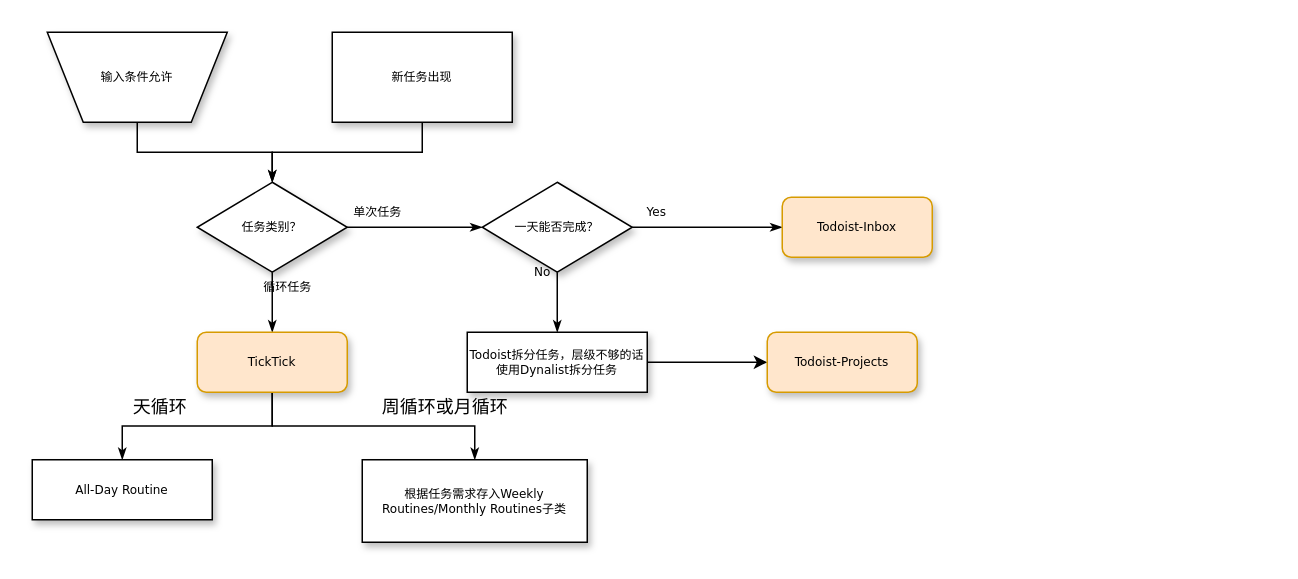
This is Untitled Diagram.drawio from jory18/jory18.github.io, a draw.io file, before an edit. Source tidied: cells renumbered, new cells numbered last; positions are measured from the earlier drawing's top-left corner, leaving out a move shared by most shapes. Both pictures are drawn from the tidied source at 150%, with x=0, y=0 at pixel (32, 32).
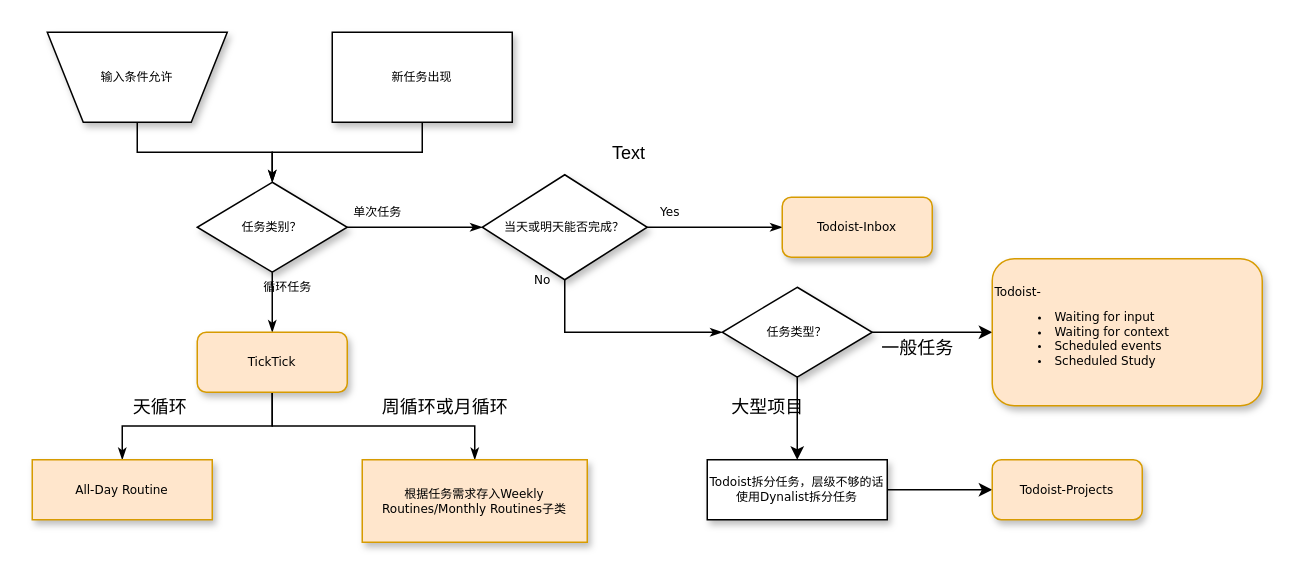
The same page after the edit.

What changed in the source:
```diff
@@
-    <mxCell id="10" value="No" style="edgeStyle=orthogonalEdgeStyle;rounded=0;html=1;labelBackgroundColor=none;startSize=5;endArrow=classicThin;endFill=1;endSize=5;jettySize=auto;strokeColor=#000000;strokeWidth=1;fontFamily=Verdana;fontSize=8;fontColor=#000000;" parent="1" edge="1" source="11" target="15">
-      <mxGeometry x="-1" y="-10" relative="1" as="geometry" />
+    <mxCell id="10" value="No" style="edgeStyle=orthogonalEdgeStyle;rounded=0;html=1;labelBackgroundColor=none;startSize=5;endArrow=classicThin;endFill=1;endSize=5;jettySize=auto;strokeColor=#000000;strokeWidth=1;fontFamily=Verdana;fontSize=8;fontColor=#000000;entryX=0;entryY=0.5;entryDx=0;entryDy=0;" parent="1" edge="1" source="11" target="26">
+      <mxGeometry x="-0.5" y="38" relative="1" as="geometry">
+        <Array as="points">
+          <mxPoint x="355" y="200" />
+        </Array>
+        <mxPoint x="-15" y="3" as="offset" />
+      </mxGeometry>
     </mxCell>
-    <mxCell id="11" value="一天能否完成？" style="rhombus;whiteSpace=wrap;html=1;rounded=0;shadow=1;labelBackgroundColor=none;strokeColor=#000000;strokeWidth=1;fillColor=#ffffff;fontFamily=Verdana;fontSize=8;fontColor=#000000;align=center;" parent="1" vertex="1">
-      <mxGeometry x="300" y="100" width="100" height="60" as="geometry" />
+    <mxCell id="11" value="当天或明天能否完成？" style="rhombus;whiteSpace=wrap;html=1;rounded=0;shadow=1;labelBackgroundColor=none;strokeColor=#000000;strokeWidth=1;fillColor=#ffffff;fontFamily=Verdana;fontSize=8;fontColor=#000000;align=center;" parent="1" vertex="1">
+      <mxGeometry x="300" y="95" width="110" height="70" as="geometry" />
     </mxCell>
@@
-    <mxCell id="14" style="edgeStyle=orthogonalEdgeStyle;rounded=0;jettySize=auto;html=1;" parent="1" edge="1" source="15">
-      <mxGeometry relative="1" as="geometry">
-        <mxPoint x="490" y="220" as="targetPoint" />
-      </mxGeometry>
-    </mxCell>
+    <mxCell id="23" style="edgeStyle=orthogonalEdgeStyle;rounded=0;jettySize=auto;html=1;" parent="1" edge="1" source="15" target="22">
+      <mxGeometry relative="1" as="geometry" />
+    </mxCell>
     <mxCell id="15" value="Todoist拆分任务，层级不够的话使用Dynalist拆分任务" style="whiteSpace=wrap;html=1;rounded=0;shadow=1;labelBackgroundColor=none;strokeColor=#000000;strokeWidth=1;fillColor=#ffffff;fontFamily=Verdana;fontSize=8;fontColor=#000000;align=center;" parent="1" vertex="1">
-      <mxGeometry x="290" y="200" width="120" height="40" as="geometry" />
+      <mxGeometry x="450" y="285" width="120" height="40" as="geometry" />
     </mxCell>
@@
-    <mxCell id="17" value="根据任务需求存入Weekly Routines/Monthly Routines子类" style="whiteSpace=wrap;html=1;rounded=0;shadow=1;labelBackgroundColor=none;strokeColor=#000000;strokeWidth=1;fillColor=#ffffff;fontFamily=Verdana;fontSize=8;fontColor=#000000;align=center;spacing=6;" parent="1" vertex="1">
+    <mxCell id="17" value="根据任务需求存入Weekly Routines/Monthly Routines子类" style="whiteSpace=wrap;html=1;rounded=0;shadow=1;labelBackgroundColor=none;strokeColor=#d79b00;strokeWidth=1;fillColor=#ffe6cc;fontFamily=Verdana;fontSize=8;align=center;spacing=6;" parent="1" vertex="1">
       <mxGeometry x="220" y="285" width="150" height="55" as="geometry" />
     </mxCell>
-    <mxCell id="18" value="All-Day Routine" style="whiteSpace=wrap;html=1;rounded=0;shadow=1;labelBackgroundColor=none;strokeColor=#000000;strokeWidth=1;fillColor=#ffffff;fontFamily=Verdana;fontSize=8;fontColor=#000000;align=center;" parent="1" vertex="1">
+    <mxCell id="18" value="All-Day Routine" style="whiteSpace=wrap;html=1;rounded=0;shadow=1;labelBackgroundColor=none;strokeColor=#d79b00;strokeWidth=1;fillColor=#ffe6cc;fontFamily=Verdana;fontSize=8;align=center;" parent="1" vertex="1">
       <mxGeometry y="285" width="120" height="40" as="geometry" />
     </mxCell>
@@
     <mxCell id="22" value="Todoist-Projects" style="rounded=1;whiteSpace=wrap;html=1;shadow=1;labelBackgroundColor=none;strokeColor=#d79b00;strokeWidth=1;fillColor=#ffe6cc;fontFamily=Verdana;fontSize=8;align=center;" parent="1" vertex="1">
-      <mxGeometry x="490" y="200" width="100" height="40" as="geometry" />
+      <mxGeometry x="640" y="285" width="100" height="40" as="geometry" />
     </mxCell>
+    <mxCell id="24" style="edgeStyle=orthogonalEdgeStyle;rounded=0;jettySize=auto;html=1;" parent="1" edge="1" source="26" target="15">
+      <mxGeometry relative="1" as="geometry" />
+    </mxCell>
+    <mxCell id="25" style="edgeStyle=orthogonalEdgeStyle;rounded=0;jettySize=auto;html=1;" parent="1" edge="1" source="26">
+      <mxGeometry relative="1" as="geometry">
+        <mxPoint x="640" y="200" as="targetPoint" />
+      </mxGeometry>
+    </mxCell>
+    <mxCell id="26" value="任务类型？" style="rhombus;whiteSpace=wrap;html=1;rounded=0;shadow=1;labelBackgroundColor=none;strokeColor=#000000;strokeWidth=1;fillColor=#ffffff;fontFamily=Verdana;fontSize=8;fontColor=#000000;align=center;" parent="1" vertex="1">
+      <mxGeometry x="460" y="170" width="100" height="60" as="geometry" />
+    </mxCell>
+    <mxCell id="27" value="大型项目" style="text;html=1;align=center;verticalAlign=middle;fillColor=none;strokeColor=none;rounded=0;" parent="1" vertex="1">
+      <mxGeometry x="460" y="240" width="60" height="20" as="geometry" />
+    </mxCell>
+    <mxCell id="28" value="Text" style="text;html=1;align=left;verticalAlign=top;spacingTop=-4;" parent="1" vertex="1">
+      <mxGeometry x="385" y="71" width="40" height="20" as="geometry" />
+    </mxCell>
+    <mxCell id="29" value="Todoist-&lt;br&gt;&lt;ul&gt;&lt;li&gt;Waiting for input&lt;/li&gt;&lt;li&gt;Waiting for context&lt;/li&gt;&lt;li&gt;Scheduled events&lt;/li&gt;&lt;li&gt;Scheduled Study&lt;/li&gt;&lt;/ul&gt;" style="rounded=1;whiteSpace=wrap;html=1;shadow=1;labelBackgroundColor=none;strokeColor=#d79b00;strokeWidth=1;fillColor=#ffe6cc;fontFamily=Verdana;fontSize=8;align=left;" parent="1" vertex="1">
+      <mxGeometry x="640" y="151" width="180" height="98" as="geometry" />
+    </mxCell>
+    <mxCell id="30" value="一般任务" style="text;html=1;align=center;verticalAlign=middle;fillColor=none;strokeColor=none;rounded=0;" parent="1" vertex="1">
+      <mxGeometry x="560" y="200.5" width="60" height="20" as="geometry" />
+    </mxCell>
```
